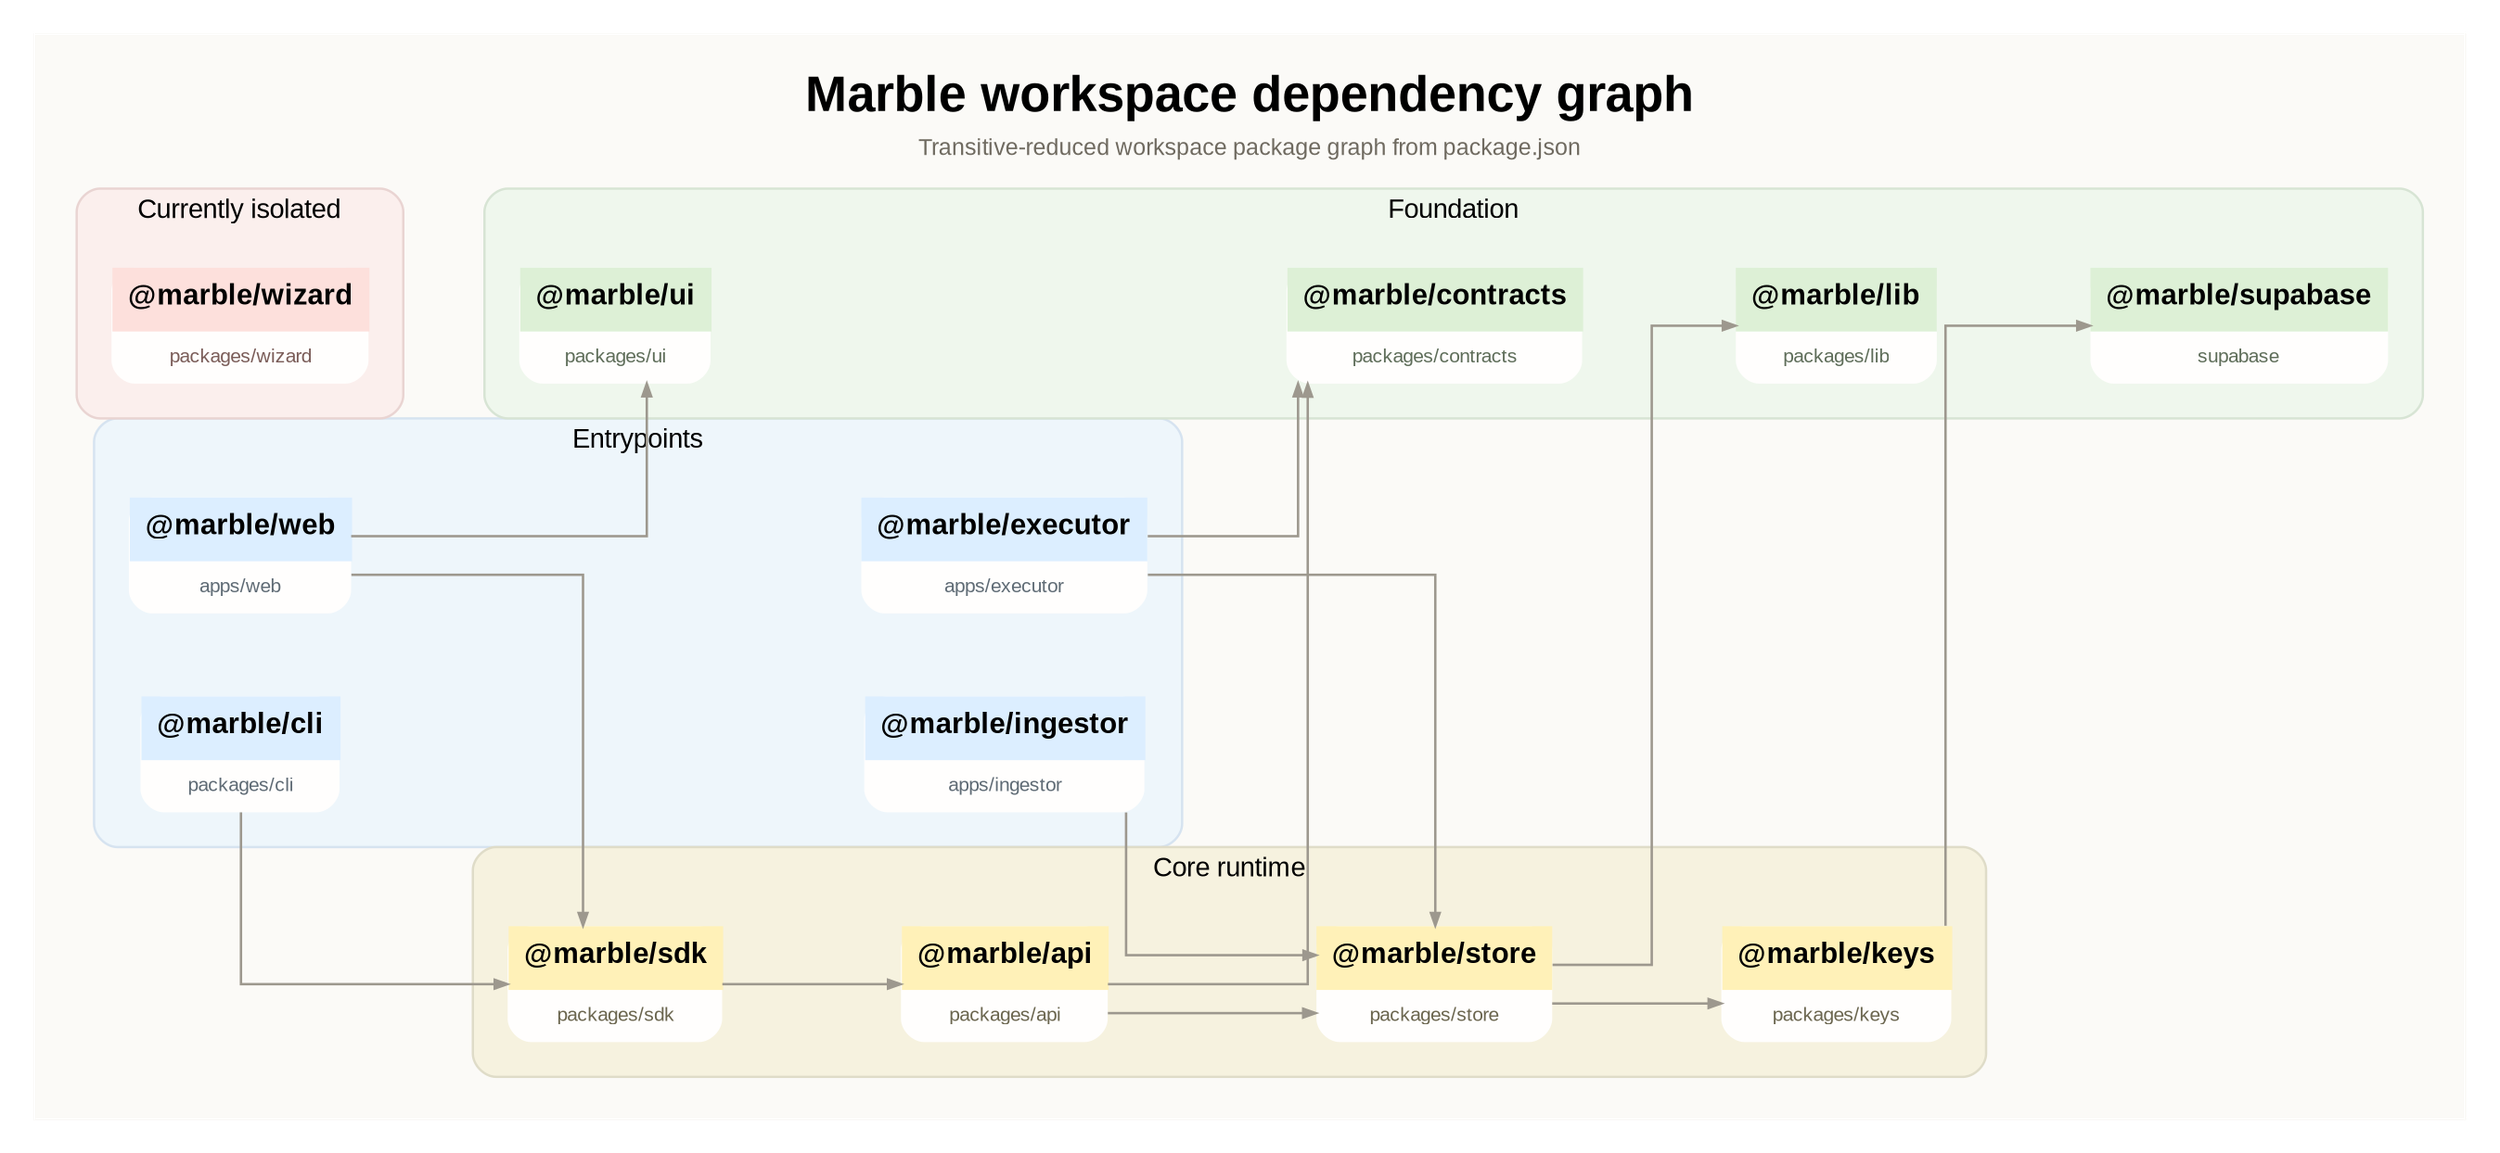
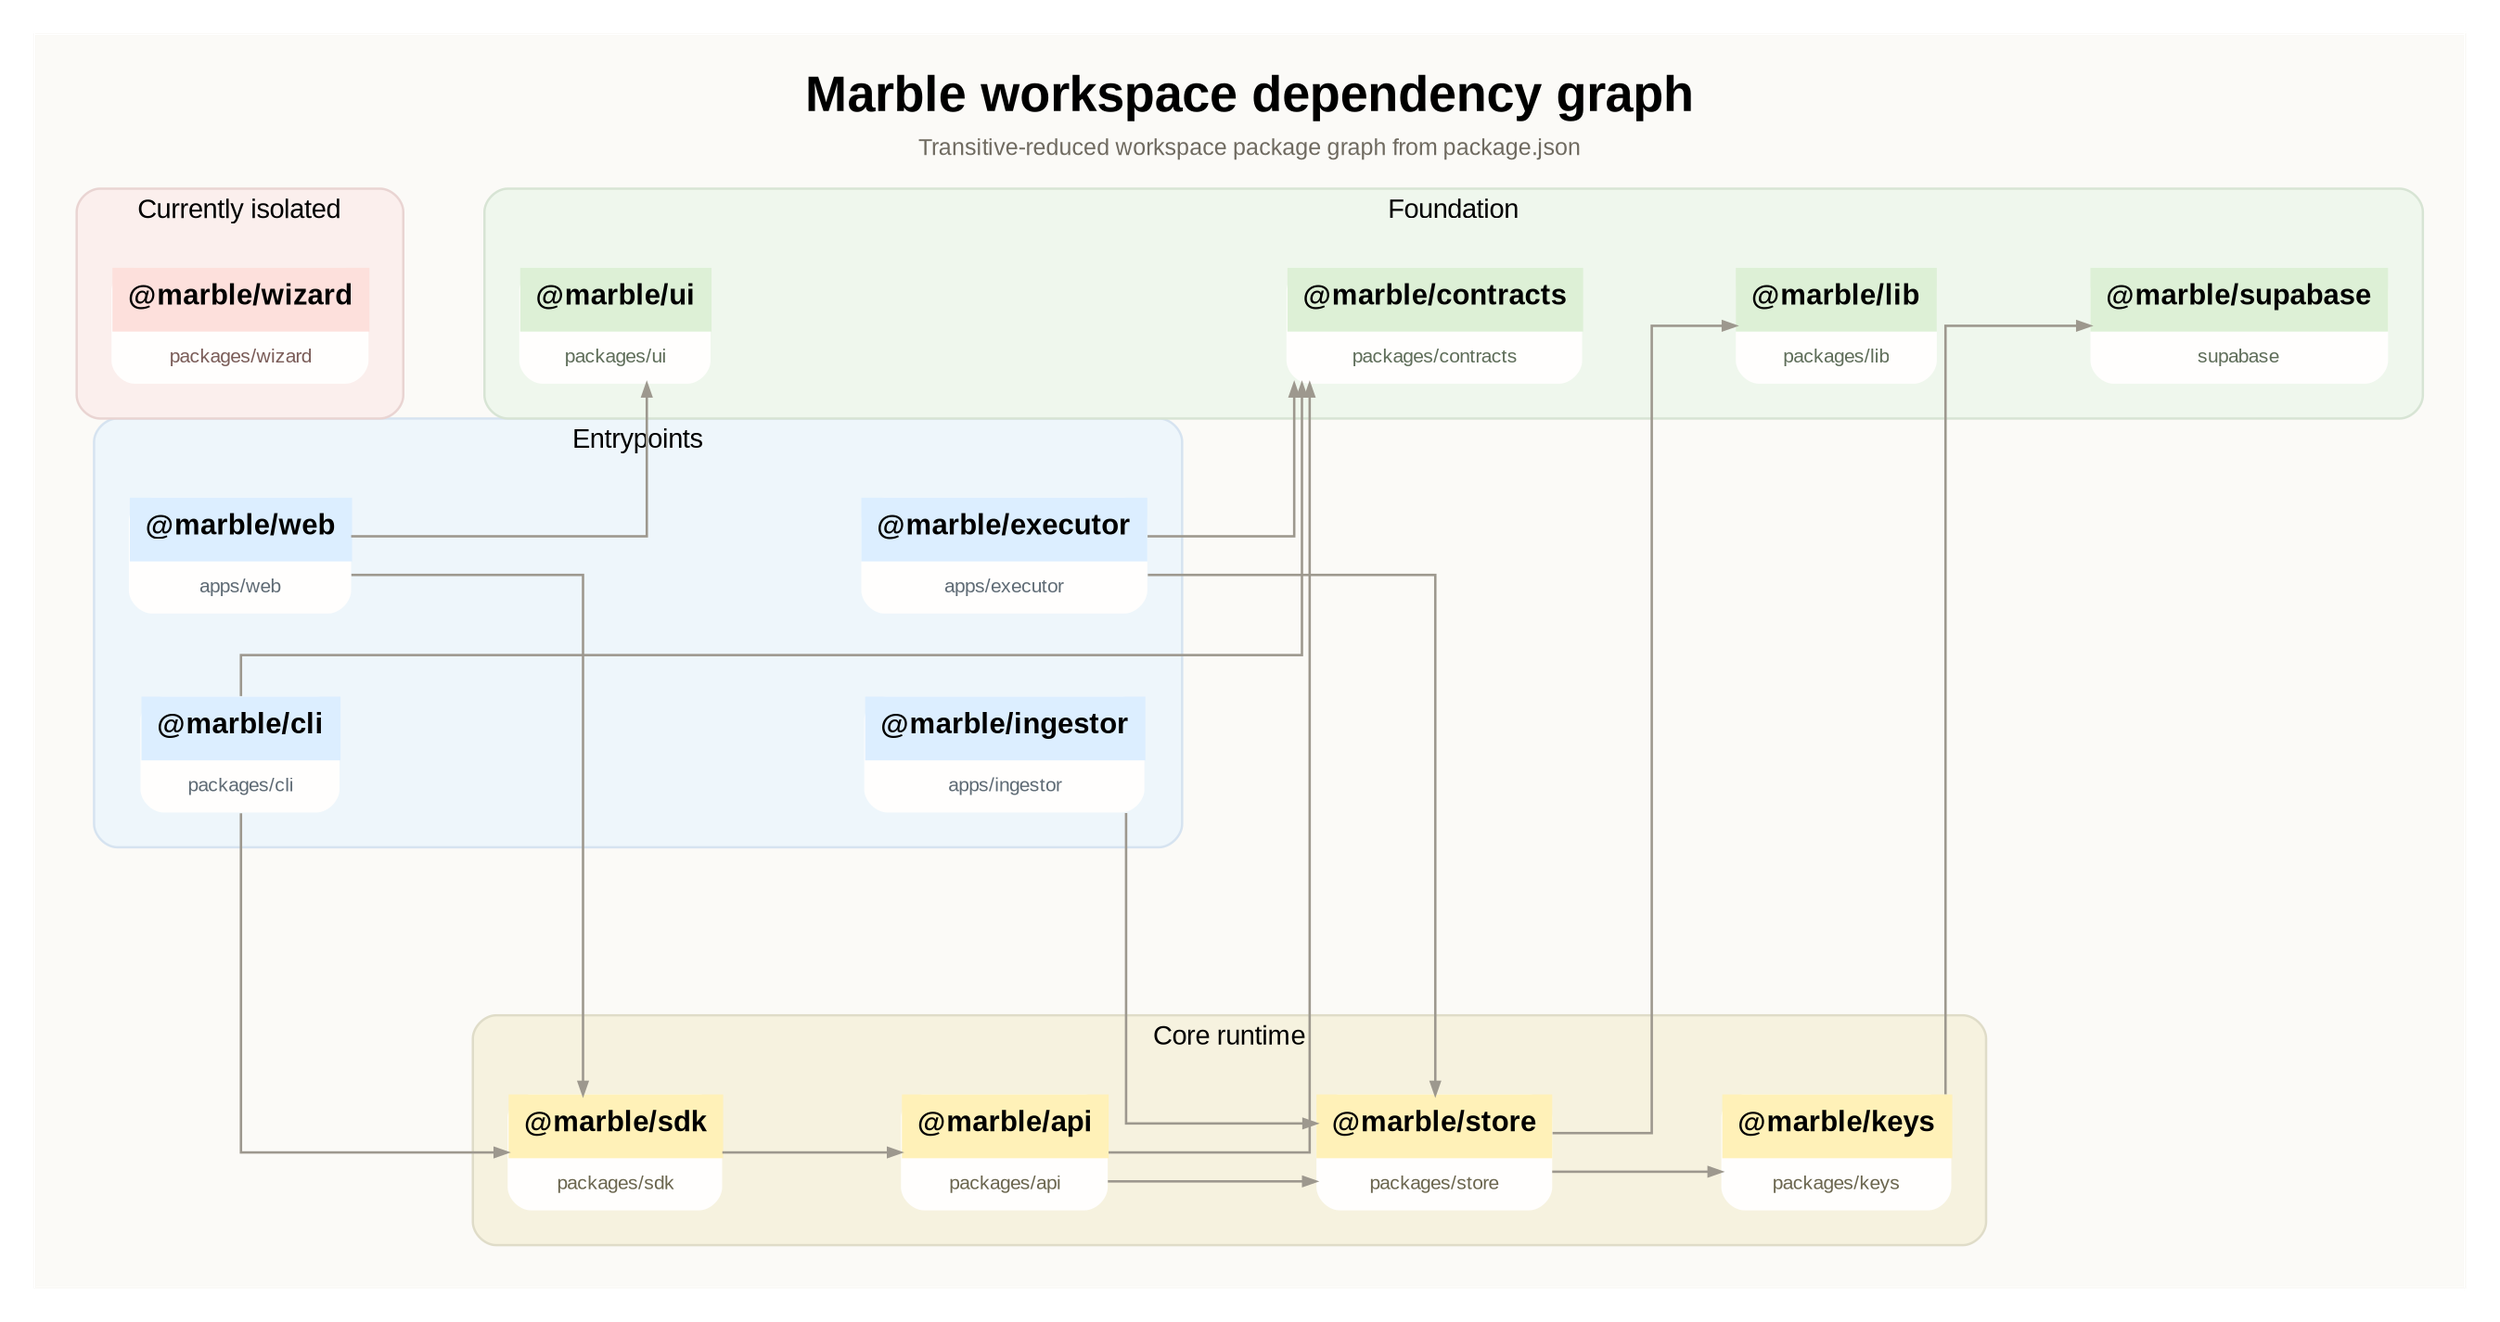
digraph MarbleDependencyGraph {
  graph [
    bgcolor="#fbfaf7",
    color="#ded8ca",
    fontname="Arial",
    label=<
      <TABLE BORDER="0" CELLBORDER="0" CELLSPACING="0">
        <TR><TD><FONT POINT-SIZE="26"><B>Marble workspace dependency graph</B></FONT></TD></TR>
        <TR><TD><FONT POINT-SIZE="12" COLOR="#6f6a60">Transitive-reduced workspace package graph from package.json</FONT></TD></TR>
      </TABLE>
    >,
    labelloc="t",
    margin=0.24,
    newrank=true,
    nodesep=0.6,
    pad=0.2,
    rankdir=LR,
    ranksep=1.0,
    splines=ortho
  ];

  node [
    color="#d9d2c3",
    fillcolor="#fffefd",
    fixedsize=false,
    fontname="Arial",
    margin="0.18,0.11",
    penwidth=1.35,
    shape=plain,
    style="filled,rounded"
  ];

  edge [
    arrowsize=0.65,
    color="#9d988e",
    fontname="Arial",
    penwidth=1.25
  ];

  subgraph cluster_entrypoints {
    color="#d6e3f0";
    fillcolor="#eef6fb";
    label="Entrypoints";
    margin=18;
    penwidth=1.2;
    style="filled,rounded";

    web [
      label=<
        <TABLE BORDER="0" CELLBORDER="0" CELLSPACING="0" CELLPADDING="8">
          <TR><TD BGCOLOR="#dceeff"><FONT POINT-SIZE="15"><B>@marble/web</B></FONT></TD></TR>
          <TR><TD><FONT POINT-SIZE="10" COLOR="#5f6b75">apps/web</FONT></TD></TR>
        </TABLE>
      >
    ];

    cli [
      label=<
        <TABLE BORDER="0" CELLBORDER="0" CELLSPACING="0" CELLPADDING="8">
          <TR><TD BGCOLOR="#dceeff"><FONT POINT-SIZE="15"><B>@marble/cli</B></FONT></TD></TR>
          <TR><TD><FONT POINT-SIZE="10" COLOR="#5f6b75">packages/cli</FONT></TD></TR>
        </TABLE>
      >
    ];

    executor [
      label=<
        <TABLE BORDER="0" CELLBORDER="0" CELLSPACING="0" CELLPADDING="8">
          <TR><TD BGCOLOR="#dceeff"><FONT POINT-SIZE="15"><B>@marble/executor</B></FONT></TD></TR>
          <TR><TD><FONT POINT-SIZE="10" COLOR="#5f6b75">apps/executor</FONT></TD></TR>
        </TABLE>
      >
    ];

    ingestor [
      label=<
        <TABLE BORDER="0" CELLBORDER="0" CELLSPACING="0" CELLPADDING="8">
          <TR><TD BGCOLOR="#dceeff"><FONT POINT-SIZE="15"><B>@marble/ingestor</B></FONT></TD></TR>
          <TR><TD><FONT POINT-SIZE="10" COLOR="#5f6b75">apps/ingestor</FONT></TD></TR>
        </TABLE>
      >
    ];
  }

  subgraph cluster_core {
    color="#dfdcc8";
    fillcolor="#f6f2df";
    label="Core runtime";
    margin=18;
    penwidth=1.2;
    style="filled,rounded";

    sdk [
      label=<
        <TABLE BORDER="0" CELLBORDER="0" CELLSPACING="0" CELLPADDING="8">
          <TR><TD BGCOLOR="#fff1b8"><FONT POINT-SIZE="15"><B>@marble/sdk</B></FONT></TD></TR>
          <TR><TD><FONT POINT-SIZE="10" COLOR="#6b664f">packages/sdk</FONT></TD></TR>
        </TABLE>
      >
    ];

    api [
      label=<
        <TABLE BORDER="0" CELLBORDER="0" CELLSPACING="0" CELLPADDING="8">
          <TR><TD BGCOLOR="#fff1b8"><FONT POINT-SIZE="15"><B>@marble/api</B></FONT></TD></TR>
          <TR><TD><FONT POINT-SIZE="10" COLOR="#6b664f">packages/api</FONT></TD></TR>
        </TABLE>
      >
    ];

    store [
      label=<
        <TABLE BORDER="0" CELLBORDER="0" CELLSPACING="0" CELLPADDING="8">
          <TR><TD BGCOLOR="#fff1b8"><FONT POINT-SIZE="15"><B>@marble/store</B></FONT></TD></TR>
          <TR><TD><FONT POINT-SIZE="10" COLOR="#6b664f">packages/store</FONT></TD></TR>
        </TABLE>
      >
    ];

    keys [
      label=<
        <TABLE BORDER="0" CELLBORDER="0" CELLSPACING="0" CELLPADDING="8">
          <TR><TD BGCOLOR="#fff1b8"><FONT POINT-SIZE="15"><B>@marble/keys</B></FONT></TD></TR>
          <TR><TD><FONT POINT-SIZE="10" COLOR="#6b664f">packages/keys</FONT></TD></TR>
        </TABLE>
      >
    ];
  }

  subgraph cluster_foundation {
    color="#d7e4d4";
    fillcolor="#eff7ed";
    label="Foundation";
    margin=18;
    penwidth=1.2;
    style="filled,rounded";

    contracts [
      label=<
        <TABLE BORDER="0" CELLBORDER="0" CELLSPACING="0" CELLPADDING="8">
          <TR><TD BGCOLOR="#ddf0d6"><FONT POINT-SIZE="15"><B>@marble/contracts</B></FONT></TD></TR>
          <TR><TD><FONT POINT-SIZE="10" COLOR="#5e6d59">packages/contracts</FONT></TD></TR>
        </TABLE>
      >
    ];

    lib [
      label=<
        <TABLE BORDER="0" CELLBORDER="0" CELLSPACING="0" CELLPADDING="8">
          <TR><TD BGCOLOR="#ddf0d6"><FONT POINT-SIZE="15"><B>@marble/lib</B></FONT></TD></TR>
          <TR><TD><FONT POINT-SIZE="10" COLOR="#5e6d59">packages/lib</FONT></TD></TR>
        </TABLE>
      >
    ];

    supabase [
      label=<
        <TABLE BORDER="0" CELLBORDER="0" CELLSPACING="0" CELLPADDING="8">
          <TR><TD BGCOLOR="#ddf0d6"><FONT POINT-SIZE="15"><B>@marble/supabase</B></FONT></TD></TR>
          <TR><TD><FONT POINT-SIZE="10" COLOR="#5e6d59">supabase</FONT></TD></TR>
        </TABLE>
      >
    ];

    ui [
      label=<
        <TABLE BORDER="0" CELLBORDER="0" CELLSPACING="0" CELLPADDING="8">
          <TR><TD BGCOLOR="#ddf0d6"><FONT POINT-SIZE="15"><B>@marble/ui</B></FONT></TD></TR>
          <TR><TD><FONT POINT-SIZE="10" COLOR="#5e6d59">packages/ui</FONT></TD></TR>
        </TABLE>
      >
    ];
  }

  subgraph cluster_unwired {
    color="#e9d4d2";
    fillcolor="#fbefed";
    label="Currently isolated";
    margin=18;
    penwidth=1.2;
    style="filled,rounded";

    wizard [
      label=<
        <TABLE BORDER="0" CELLBORDER="0" CELLSPACING="0" CELLPADDING="8">
          <TR><TD BGCOLOR="#fde0dc"><FONT POINT-SIZE="15"><B>@marble/wizard</B></FONT></TD></TR>
          <TR><TD><FONT POINT-SIZE="10" COLOR="#7a5c58">packages/wizard</FONT></TD></TR>
        </TABLE>
      >
    ];
  }

  web -> sdk;
  web -> ui;

+   cli -> contracts;
  cli -> sdk;

  executor -> contracts;
  executor -> store;

  ingestor -> store;

  sdk -> api;

  api -> contracts;
  api -> store;

  store -> keys;
  store -> lib;

  keys -> supabase;
}
